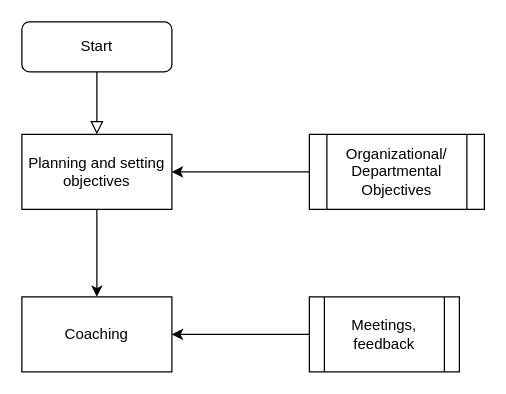
The draw.io diagram Performance management.drawio in kmagua/flowcharts, before the edit. Source tidied: cells renumbered, new cells numbered last; positions are measured from the earlier drawing's top-left corner, leaving out a move shared by most shapes. Both pictures are drawn from the tidied source at 125%, with x=0, y=0 at pixel (21, 21).
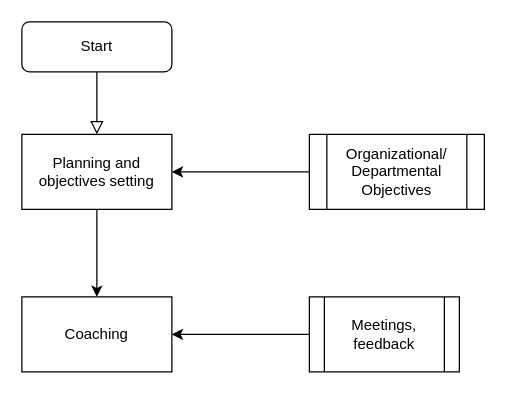
The same page after the edit.

Diff of the diagram source:
```diff
@@
 <mxGraphModel>
   <root>
     <mxCell id="0" />
     <mxCell id="1" parent="0" />
     <mxCell id="2" style="rounded=0;html=1;jettySize=auto;fontSize=11;endArrow=block;endFill=0;endSize=8;strokeWidth=1;shadow=0;labelBackgroundColor=none;edgeStyle=orthogonalEdgeStyle;" parent="1" edge="1" source="3">
       <mxGeometry relative="1" as="geometry">
         <mxPoint x="60" y="90" as="targetPoint" />
       </mxGeometry>
     </mxCell>
     <mxCell id="3" value="Start" style="rounded=1;whiteSpace=wrap;html=1;fontSize=12;glass=0;strokeWidth=1;shadow=0;" parent="1" vertex="1">
       <mxGeometry width="120" height="40" as="geometry" />
     </mxCell>
     <mxCell id="4" style="edgeStyle=orthogonalEdgeStyle;rounded=0;jettySize=auto;html=1;" parent="1" edge="1" source="5" target="8">
       <mxGeometry relative="1" as="geometry" />
     </mxCell>
-    <mxCell id="5" value="Planning and setting objectives" style="rounded=0;whiteSpace=wrap;html=1;" parent="1" vertex="1">
+    <mxCell id="5" value="Planning and objectives setting" style="rounded=0;whiteSpace=wrap;html=1;" parent="1" vertex="1">
       <mxGeometry y="90" width="120" height="60" as="geometry" />
     </mxCell>
     <mxCell id="6" style="edgeStyle=orthogonalEdgeStyle;rounded=0;jettySize=auto;html=1;" parent="1" edge="1" source="7" target="5">
       <mxGeometry relative="1" as="geometry" />
     </mxCell>
     <mxCell id="7" value="Organizational/ Departmental Objectives" style="shape=process;whiteSpace=wrap;html=1;backgroundOutline=1;" parent="1" vertex="1">
       <mxGeometry x="230" y="90" width="140" height="60" as="geometry" />
     </mxCell>
     <mxCell id="8" value="Coaching" style="whiteSpace=wrap;html=1;rounded=0;" parent="1" vertex="1">
       <mxGeometry y="220" width="120" height="60" as="geometry" />
     </mxCell>
     <mxCell id="9" style="edgeStyle=orthogonalEdgeStyle;rounded=0;jettySize=auto;html=1;" parent="1" edge="1" source="10" target="8">
       <mxGeometry relative="1" as="geometry" />
     </mxCell>
     <mxCell id="10" value="Meetings, feedback" style="shape=process;whiteSpace=wrap;html=1;backgroundOutline=1;" parent="1" vertex="1">
       <mxGeometry x="230" y="220" width="120" height="60" as="geometry" />
     </mxCell>
   </root>
 </mxGraphModel>
```
